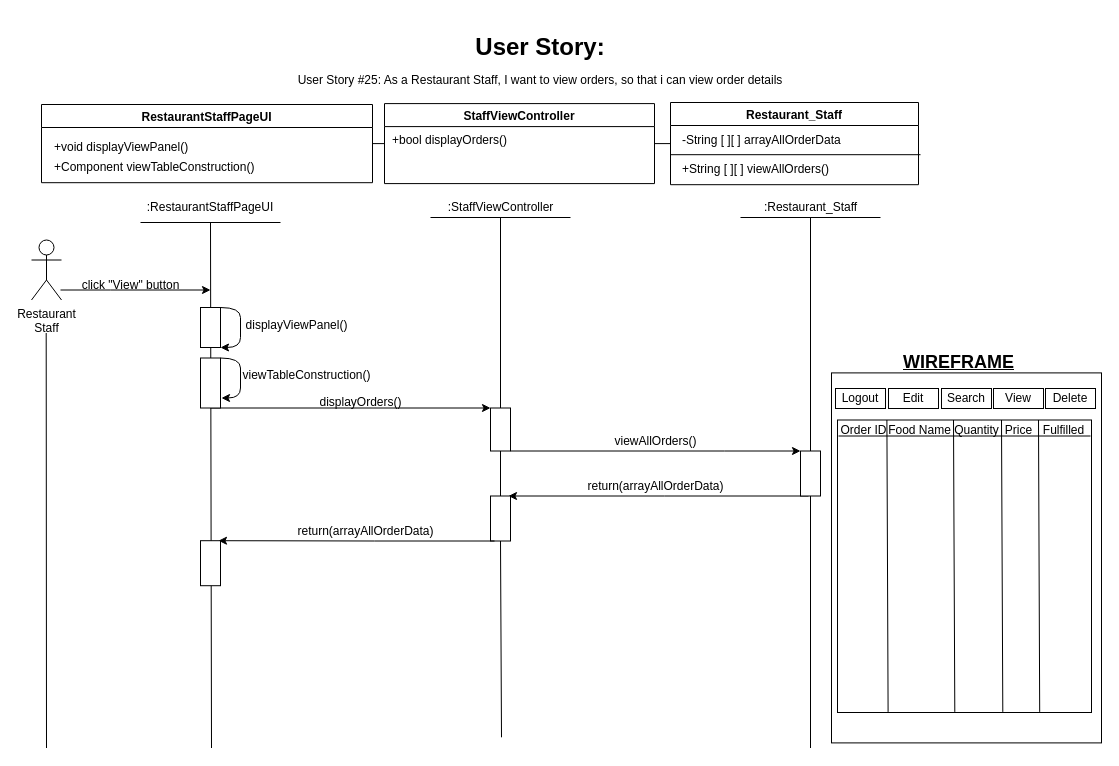
This is BCE_UML_and_Diagrams/RestaurantStaff/RestaurantStaff_View/UserStory#25_RestaurantStaff_View.drawio from extred5700/JAVAGUI-Restaurant-Table-Order-System, a draw.io file, before an edit. Source tidied: cells renumbered, new cells numbered last; positions are measured from the earlier drawing's top-left corner, leaving out a move shared by most shapes. Both pictures are drawn from the tidied source at 100%, with x=0, y=0 at pixel (31, 27).
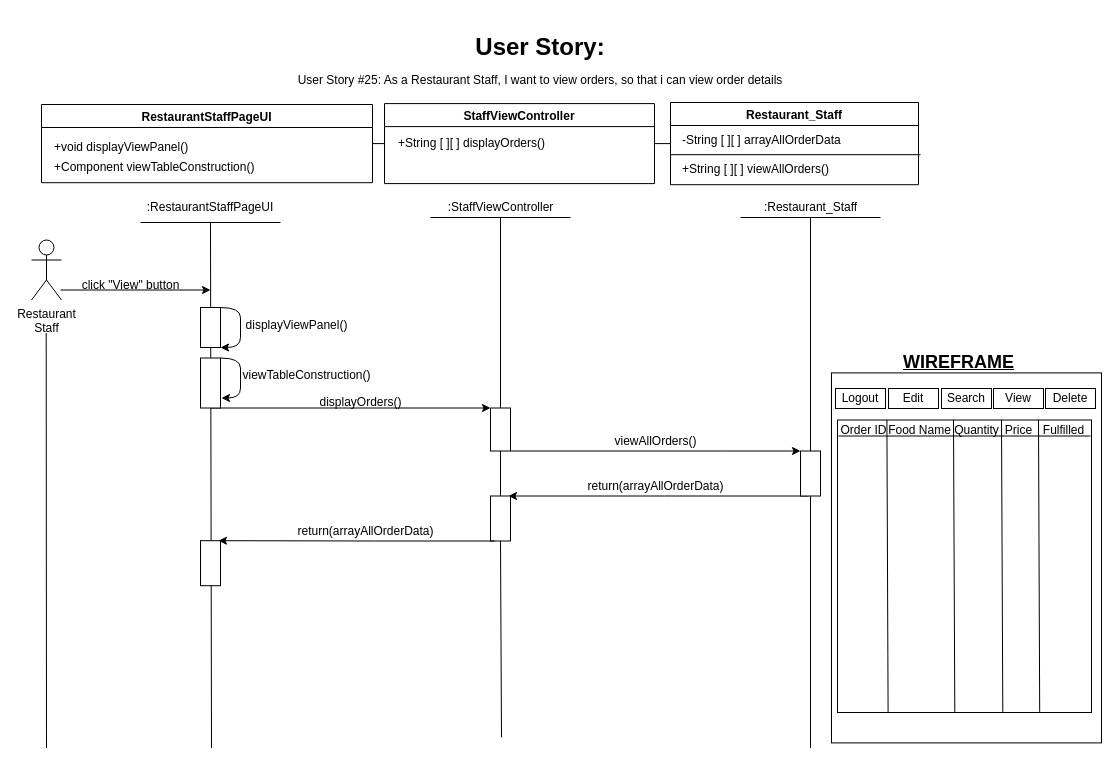
Above is the later version.

Commit message (it also covers changes not shown here):
Updated Restaurant Staff Diagrams and Code

Unchanged cells that the change refers to:
```xml
<mxCell id="7" value="StaffViewController" style="swimlane;startSize=23;" parent="1" vertex="1">
  <mxGeometry x="353" y="76.1" width="270" height="80" as="geometry" />
</mxCell>
```

The edit, as a diff of the source:
```diff
@@
-    <mxCell id="8" value="&lt;div style=&quot;text-align: left&quot;&gt;&lt;span&gt;+bool displayOrders()&lt;/span&gt;&lt;/div&gt;" style="text;html=1;align=center;verticalAlign=middle;strokeColor=none;fillColor=none;" parent="7" vertex="1">
-      <mxGeometry y="27.1" width="130" height="20" as="geometry" />
+    <mxCell id="8" value="&lt;div style=&quot;text-align: left&quot;&gt;&lt;span&gt;+String [ ][ ] displayOrders()&lt;/span&gt;&lt;/div&gt;" style="text;html=1;align=center;verticalAlign=middle;strokeColor=none;fillColor=none;" parent="7" vertex="1">
+      <mxGeometry x="7" y="30" width="160" height="20" as="geometry" />
     </mxCell>
```
